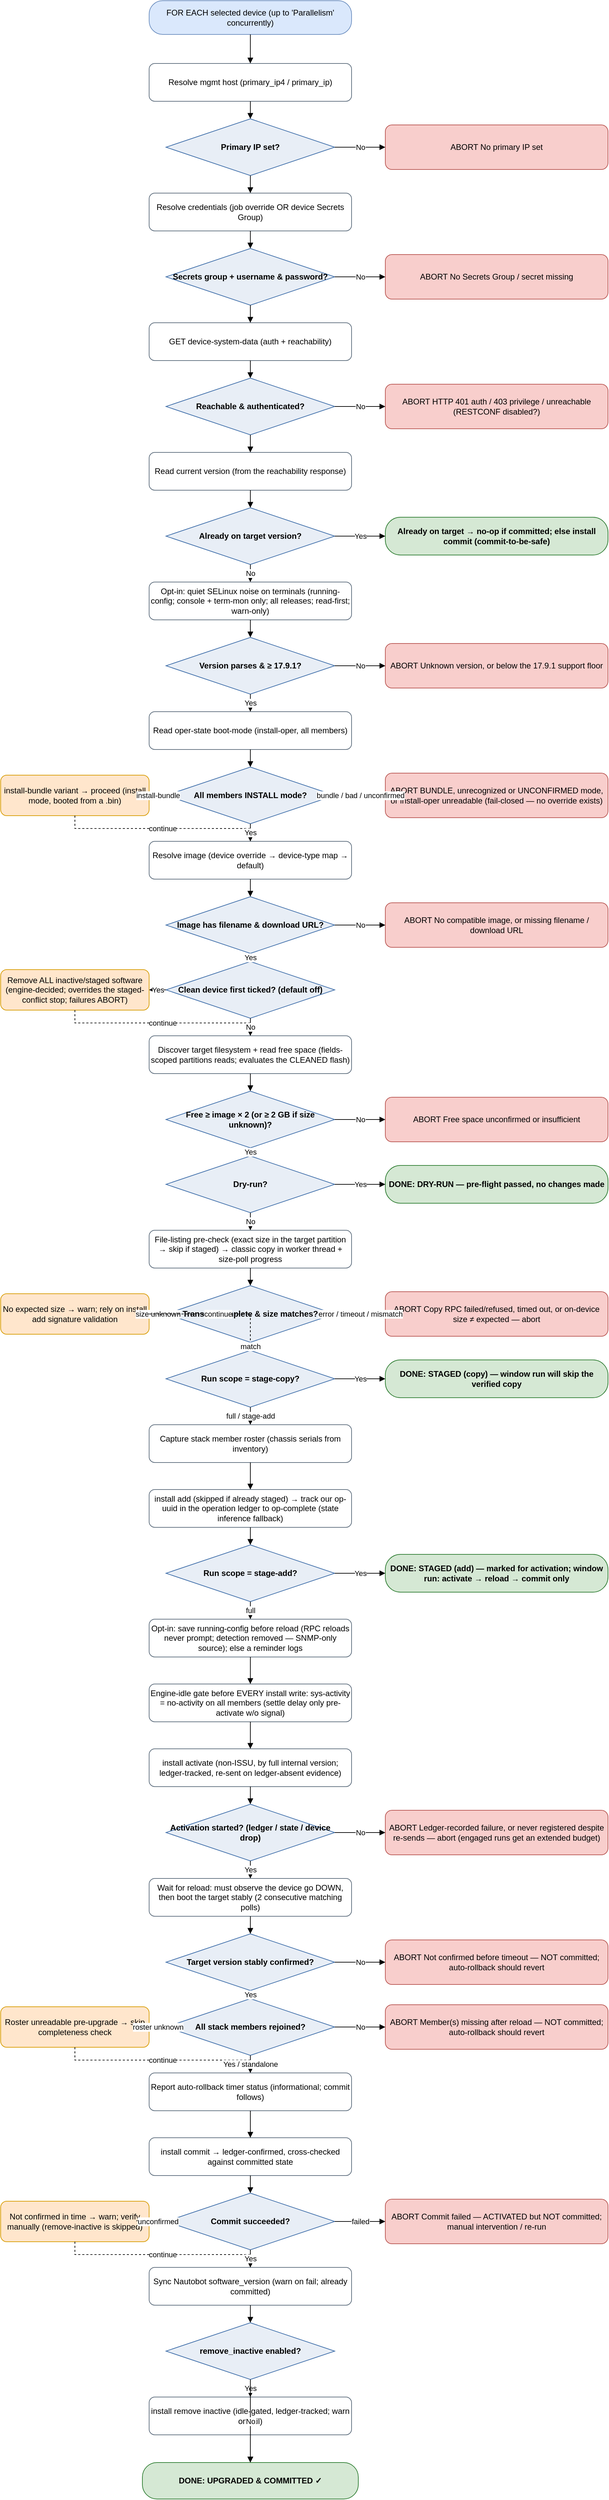
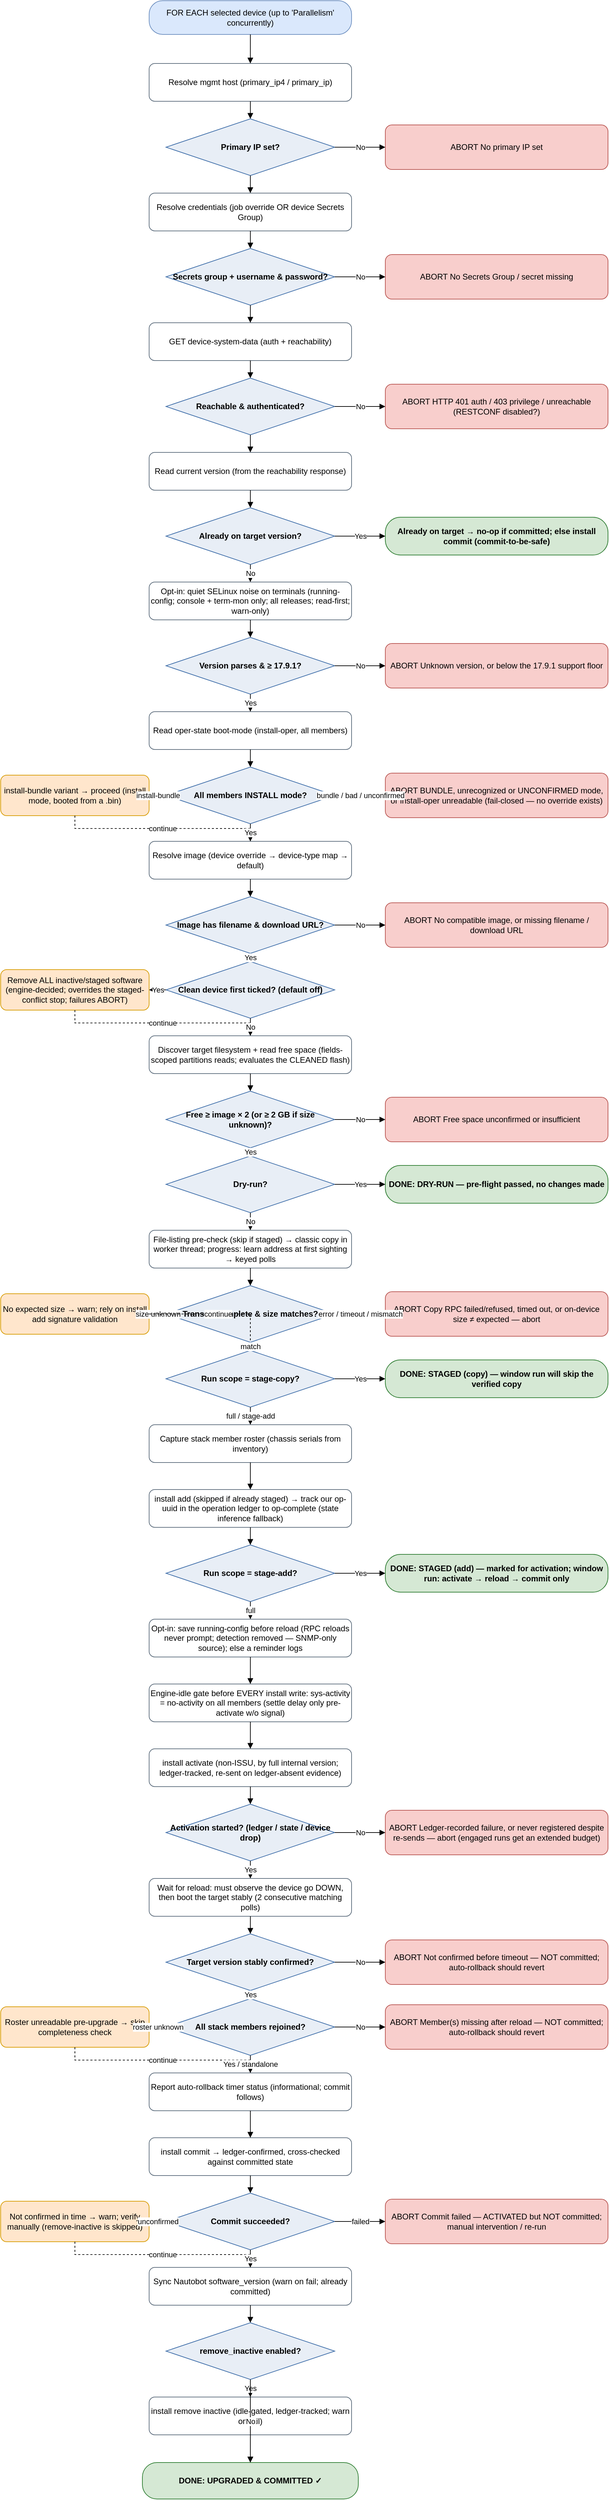
<mxfile host="app.diagrams.net" type="device">
  <diagram name="IOS-XE upgrade flow" id="iosxe-upgrade-flow">
    <mxGraphModel dx="1000" dy="2000" grid="1" gridSize="10" guides="1" tooltips="1"
        connect="1" arrows="1" fold="1" page="1" pageScale="1" math="0" shadow="0">
      <root>
        <mxCell id="0"/>
        <mxCell id="1" parent="0"/>
        <mxCell id="start" value="FOR EACH selected device&amp;#10;(up to &#x27;Parallelism&#x27; concurrently)" style="rounded=1;arcSize=40;whiteSpace=wrap;html=1;fillColor=#DAE8FC;strokeColor=#6C8EBF;" vertex="1" parent="1"><mxGeometry x="250" y="31" width="300" height="50" as="geometry"/></mxCell>
        <mxCell id="host" value="Resolve mgmt host&amp;#10;(primary_ip4 / primary_ip)" style="rounded=1;whiteSpace=wrap;html=1;fillColor=#FFFFFF;strokeColor=#5B6B7B;" vertex="1" parent="1"><mxGeometry x="250" y="124" width="300" height="56" as="geometry"/></mxCell>
        <mxCell id="d_ip" value="Primary IP set?" style="rhombus;whiteSpace=wrap;html=1;fillColor=#E8EEF6;strokeColor=#3C6CA8;fontStyle=1;" vertex="1" parent="1"><mxGeometry x="275" y="206" width="250" height="84" as="geometry"/></mxCell>
        <mxCell id="cred" value="Resolve credentials&amp;#10;(job override OR device Secrets Group)" style="rounded=1;whiteSpace=wrap;html=1;fillColor=#FFFFFF;strokeColor=#5B6B7B;" vertex="1" parent="1"><mxGeometry x="250" y="316" width="300" height="56" as="geometry"/></mxCell>
        <mxCell id="d_cred" value="Secrets group +&amp;#10;username &amp; password?" style="rhombus;whiteSpace=wrap;html=1;fillColor=#E8EEF6;strokeColor=#3C6CA8;fontStyle=1;" vertex="1" parent="1"><mxGeometry x="275" y="398" width="250" height="84" as="geometry"/></mxCell>
        <mxCell id="reach" value="GET device-system-data&amp;#10;(auth + reachability)" style="rounded=1;whiteSpace=wrap;html=1;fillColor=#FFFFFF;strokeColor=#5B6B7B;" vertex="1" parent="1"><mxGeometry x="250" y="508" width="300" height="56" as="geometry"/></mxCell>
        <mxCell id="d_reach" value="Reachable &amp;&amp;#10;authenticated?" style="rhombus;whiteSpace=wrap;html=1;fillColor=#E8EEF6;strokeColor=#3C6CA8;fontStyle=1;" vertex="1" parent="1"><mxGeometry x="275" y="590" width="250" height="84" as="geometry"/></mxCell>
        <mxCell id="curr" value="Read current version&amp;#10;(from the reachability response)" style="rounded=1;whiteSpace=wrap;html=1;fillColor=#FFFFFF;strokeColor=#5B6B7B;" vertex="1" parent="1"><mxGeometry x="250" y="700" width="300" height="56" as="geometry"/></mxCell>
        <mxCell id="d_target" value="Already on&amp;#10;target version?" style="rhombus;whiteSpace=wrap;html=1;fillColor=#E8EEF6;strokeColor=#3C6CA8;fontStyle=1;" vertex="1" parent="1"><mxGeometry x="275" y="782" width="250" height="84" as="geometry"/></mxCell>
        <mxCell id="avcsup" value="Opt-in: quiet SELinux noise on terminals&amp;#10;(running-config; console + term-mon only;&amp;#10;all releases; read-first; warn-only)" style="rounded=1;whiteSpace=wrap;html=1;fillColor=#FFFFFF;strokeColor=#5B6B7B;" vertex="1" parent="1"><mxGeometry x="250" y="892" width="300" height="56" as="geometry"/></mxCell>
        <mxCell id="d_floor" value="Version parses&amp;#10;&amp; ≥ 17.9.1?" style="rhombus;whiteSpace=wrap;html=1;fillColor=#E8EEF6;strokeColor=#3C6CA8;fontStyle=1;" vertex="1" parent="1"><mxGeometry x="275" y="974" width="250" height="84" as="geometry"/></mxCell>
        <mxCell id="mode" value="Read oper-state boot-mode&amp;#10;(install-oper, all members)" style="rounded=1;whiteSpace=wrap;html=1;fillColor=#FFFFFF;strokeColor=#5B6B7B;" vertex="1" parent="1"><mxGeometry x="250" y="1084" width="300" height="56" as="geometry"/></mxCell>
        <mxCell id="d_mode" value="All members&amp;#10;INSTALL mode?" style="rhombus;whiteSpace=wrap;html=1;fillColor=#E8EEF6;strokeColor=#3C6CA8;fontStyle=1;" vertex="1" parent="1"><mxGeometry x="275" y="1166" width="250" height="84" as="geometry"/></mxCell>
        <mxCell id="img" value="Resolve image (device override →&amp;#10;device-type map → default)" style="rounded=1;whiteSpace=wrap;html=1;fillColor=#FFFFFF;strokeColor=#5B6B7B;" vertex="1" parent="1"><mxGeometry x="250" y="1276" width="300" height="56" as="geometry"/></mxCell>
        <mxCell id="d_img" value="Image has filename&amp;#10;&amp; download URL?" style="rhombus;whiteSpace=wrap;html=1;fillColor=#E8EEF6;strokeColor=#3C6CA8;fontStyle=1;" vertex="1" parent="1"><mxGeometry x="275" y="1358" width="250" height="84" as="geometry"/></mxCell>
        <mxCell id="d_clean" value="Clean device first&amp;#10;ticked? (default off)" style="rhombus;whiteSpace=wrap;html=1;fillColor=#E8EEF6;strokeColor=#3C6CA8;fontStyle=1;" vertex="1" parent="1"><mxGeometry x="275" y="1454" width="250" height="84" as="geometry"/></mxCell>
        <mxCell id="space" value="Discover target filesystem + read free&amp;#10;space (fields-scoped partitions reads;&amp;#10;evaluates the CLEANED flash)" style="rounded=1;whiteSpace=wrap;html=1;fillColor=#FFFFFF;strokeColor=#5B6B7B;" vertex="1" parent="1"><mxGeometry x="250" y="1564" width="300" height="56" as="geometry"/></mxCell>
        <mxCell id="d_space" value="Free ≥ image × 2&amp;#10;(or ≥ 2 GB if size unknown)?" style="rhombus;whiteSpace=wrap;html=1;fillColor=#E8EEF6;strokeColor=#3C6CA8;fontStyle=1;" vertex="1" parent="1"><mxGeometry x="275" y="1646" width="250" height="84" as="geometry"/></mxCell>
        <mxCell id="d_dry" value="Dry-run?" style="rhombus;whiteSpace=wrap;html=1;fillColor=#E8EEF6;strokeColor=#3C6CA8;fontStyle=1;" vertex="1" parent="1"><mxGeometry x="275" y="1742" width="250" height="84" as="geometry"/></mxCell>
-         <mxCell id="copy" value="File-listing pre-check (exact size in the&amp;#10;target partition → skip if staged) → classic&amp;#10;copy in worker thread + size-poll progress" style="rounded=1;whiteSpace=wrap;html=1;fillColor=#FFFFFF;strokeColor=#5B6B7B;" vertex="1" parent="1"><mxGeometry x="250" y="1852" width="300" height="56" as="geometry"/></mxCell>
+         <mxCell id="copy" value="File-listing pre-check (skip if staged) →&amp;#10;classic copy in worker thread; progress:&amp;#10;learn address at first sighting → keyed polls" style="rounded=1;whiteSpace=wrap;html=1;fillColor=#FFFFFF;strokeColor=#5B6B7B;" vertex="1" parent="1"><mxGeometry x="250" y="1852" width="300" height="56" as="geometry"/></mxCell>
        <mxCell id="d_size" value="Transfer complete&amp;#10;&amp; size matches?" style="rhombus;whiteSpace=wrap;html=1;fillColor=#E8EEF6;strokeColor=#3C6CA8;fontStyle=1;" vertex="1" parent="1"><mxGeometry x="275" y="1934" width="250" height="84" as="geometry"/></mxCell>
        <mxCell id="d_stagecopy" value="Run scope =&amp;#10;stage-copy?" style="rhombus;whiteSpace=wrap;html=1;fillColor=#E8EEF6;strokeColor=#3C6CA8;fontStyle=1;" vertex="1" parent="1"><mxGeometry x="275" y="2030" width="250" height="84" as="geometry"/></mxCell>
        <mxCell id="roster" value="Capture stack member roster&amp;#10;(chassis serials from inventory)" style="rounded=1;whiteSpace=wrap;html=1;fillColor=#FFFFFF;strokeColor=#5B6B7B;" vertex="1" parent="1"><mxGeometry x="250" y="2140" width="300" height="56" as="geometry"/></mxCell>
        <mxCell id="add" value="install add (skipped if already staged) →&amp;#10;track our op-uuid in the operation ledger&amp;#10;to op-complete (state inference fallback)" style="rounded=1;whiteSpace=wrap;html=1;fillColor=#FFFFFF;strokeColor=#5B6B7B;" vertex="1" parent="1"><mxGeometry x="250" y="2236" width="300" height="56" as="geometry"/></mxCell>
        <mxCell id="d_stageadd" value="Run scope =&amp;#10;stage-add?" style="rhombus;whiteSpace=wrap;html=1;fillColor=#E8EEF6;strokeColor=#3C6CA8;fontStyle=1;" vertex="1" parent="1"><mxGeometry x="275" y="2318" width="250" height="84" as="geometry"/></mxCell>
        <mxCell id="cfgsync" value="Opt-in: save running-config before reload&amp;#10;(RPC reloads never prompt; detection removed&amp;#10;— SNMP-only source); else a reminder logs" style="rounded=1;whiteSpace=wrap;html=1;fillColor=#FFFFFF;strokeColor=#5B6B7B;" vertex="1" parent="1"><mxGeometry x="250" y="2428" width="300" height="56" as="geometry"/></mxCell>
        <mxCell id="idle" value="Engine-idle gate before EVERY install write:&amp;#10;sys-activity = no-activity on all members&amp;#10;(settle delay only pre-activate w/o signal)" style="rounded=1;whiteSpace=wrap;html=1;fillColor=#FFFFFF;strokeColor=#5B6B7B;" vertex="1" parent="1"><mxGeometry x="250" y="2524" width="300" height="56" as="geometry"/></mxCell>
        <mxCell id="act" value="install activate (non-ISSU, by full internal&amp;#10;version; ledger-tracked,&amp;#10;re-sent on ledger-absent evidence)" style="rounded=1;whiteSpace=wrap;html=1;fillColor=#FFFFFF;strokeColor=#5B6B7B;" vertex="1" parent="1"><mxGeometry x="250" y="2620" width="300" height="56" as="geometry"/></mxCell>
        <mxCell id="d_act" value="Activation started?&amp;#10;(ledger / state / device drop)" style="rhombus;whiteSpace=wrap;html=1;fillColor=#E8EEF6;strokeColor=#3C6CA8;fontStyle=1;" vertex="1" parent="1"><mxGeometry x="275" y="2702" width="250" height="84" as="geometry"/></mxCell>
        <mxCell id="waitc" value="Wait for reload: must observe the device&amp;#10;go DOWN, then boot the target stably&amp;#10;(2 consecutive matching polls)" style="rounded=1;whiteSpace=wrap;html=1;fillColor=#FFFFFF;strokeColor=#5B6B7B;" vertex="1" parent="1"><mxGeometry x="250" y="2812" width="300" height="56" as="geometry"/></mxCell>
        <mxCell id="d_confirm" value="Target version&amp;#10;stably confirmed?" style="rhombus;whiteSpace=wrap;html=1;fillColor=#E8EEF6;strokeColor=#3C6CA8;fontStyle=1;" vertex="1" parent="1"><mxGeometry x="275" y="2894" width="250" height="84" as="geometry"/></mxCell>
        <mxCell id="d_members" value="All stack members&amp;#10;rejoined?" style="rhombus;whiteSpace=wrap;html=1;fillColor=#E8EEF6;strokeColor=#3C6CA8;fontStyle=1;" vertex="1" parent="1"><mxGeometry x="275" y="2990" width="250" height="84" as="geometry"/></mxCell>
        <mxCell id="rollbackchk" value="Report auto-rollback timer status&amp;#10;(informational; commit follows)" style="rounded=1;whiteSpace=wrap;html=1;fillColor=#FFFFFF;strokeColor=#5B6B7B;" vertex="1" parent="1"><mxGeometry x="250" y="3100" width="300" height="56" as="geometry"/></mxCell>
        <mxCell id="commit" value="install commit → ledger-confirmed,&amp;#10;cross-checked against committed state" style="rounded=1;whiteSpace=wrap;html=1;fillColor=#FFFFFF;strokeColor=#5B6B7B;" vertex="1" parent="1"><mxGeometry x="250" y="3196" width="300" height="56" as="geometry"/></mxCell>
        <mxCell id="d_commit" value="Commit&amp;#10;succeeded?" style="rhombus;whiteSpace=wrap;html=1;fillColor=#E8EEF6;strokeColor=#3C6CA8;fontStyle=1;" vertex="1" parent="1"><mxGeometry x="275" y="3278" width="250" height="84" as="geometry"/></mxCell>
        <mxCell id="sync" value="Sync Nautobot software_version&amp;#10;(warn on fail; already committed)" style="rounded=1;whiteSpace=wrap;html=1;fillColor=#FFFFFF;strokeColor=#5B6B7B;" vertex="1" parent="1"><mxGeometry x="250" y="3388" width="300" height="56" as="geometry"/></mxCell>
        <mxCell id="d_remove" value="remove_inactive&amp;#10;enabled?" style="rhombus;whiteSpace=wrap;html=1;fillColor=#E8EEF6;strokeColor=#3C6CA8;fontStyle=1;" vertex="1" parent="1"><mxGeometry x="275" y="3470" width="250" height="84" as="geometry"/></mxCell>
        <mxCell id="remove" value="install remove inactive (idle-gated,&amp;#10;ledger-tracked; warn on fail)" style="rounded=1;whiteSpace=wrap;html=1;fillColor=#FFFFFF;strokeColor=#5B6B7B;" vertex="1" parent="1"><mxGeometry x="250" y="3580" width="300" height="56" as="geometry"/></mxCell>
        <mxCell id="ok" value="DONE: UPGRADED &amp; COMMITTED ✓" style="rounded=1;arcSize=40;whiteSpace=wrap;html=1;fillColor=#D5E8D4;strokeColor=#2E7D32;fontStyle=1;" vertex="1" parent="1"><mxGeometry x="240" y="3677" width="320" height="54" as="geometry"/></mxCell>
        <mxCell id="d_ip_abort" value="ABORT&amp;#10;No primary IP set" style="rounded=1;whiteSpace=wrap;html=1;fillColor=#F8CECC;strokeColor=#B85450;" vertex="1" parent="1"><mxGeometry x="600" y="215" width="330" height="66" as="geometry"/></mxCell>
        <mxCell id="d_cred_abort" value="ABORT&amp;#10;No Secrets Group / secret missing" style="rounded=1;whiteSpace=wrap;html=1;fillColor=#F8CECC;strokeColor=#B85450;" vertex="1" parent="1"><mxGeometry x="600" y="407" width="330" height="66" as="geometry"/></mxCell>
        <mxCell id="d_reach_abort" value="ABORT&amp;#10;HTTP 401 auth / 403 privilege /&amp;#10;unreachable (RESTCONF disabled?)" style="rounded=1;whiteSpace=wrap;html=1;fillColor=#F8CECC;strokeColor=#B85450;" vertex="1" parent="1"><mxGeometry x="600" y="599" width="330" height="66" as="geometry"/></mxCell>
        <mxCell id="d_target_ok" value="Already on target → no-op if committed;&amp;#10;else install commit (commit-to-be-safe)" style="rounded=1;arcSize=40;whiteSpace=wrap;html=1;fillColor=#D5E8D4;strokeColor=#2E7D32;fontStyle=1;" vertex="1" parent="1"><mxGeometry x="600" y="796" width="330" height="56" as="geometry"/></mxCell>
        <mxCell id="d_floor_abort" value="ABORT&amp;#10;Unknown version, or below the&amp;#10;17.9.1 support floor" style="rounded=1;whiteSpace=wrap;html=1;fillColor=#F8CECC;strokeColor=#B85450;" vertex="1" parent="1"><mxGeometry x="600" y="983" width="330" height="66" as="geometry"/></mxCell>
        <mxCell id="d_mode_abort" value="ABORT&amp;#10;BUNDLE, unrecognized or UNCONFIRMED&amp;#10;mode, or install-oper unreadable&amp;#10;(fail-closed — no override exists)" style="rounded=1;whiteSpace=wrap;html=1;fillColor=#F8CECC;strokeColor=#B85450;" vertex="1" parent="1"><mxGeometry x="600" y="1175" width="330" height="66" as="geometry"/></mxCell>
        <mxCell id="d_mode_warn" value="install-bundle variant → proceed&amp;#10;(install mode, booted from a .bin)" style="rounded=1;whiteSpace=wrap;html=1;fillColor=#FFE6CC;strokeColor=#D79B00;" vertex="1" parent="1"><mxGeometry x="30" y="1178" width="220" height="60" as="geometry"/></mxCell>
        <mxCell id="d_img_abort" value="ABORT&amp;#10;No compatible image, or missing&amp;#10;filename / download URL" style="rounded=1;whiteSpace=wrap;html=1;fillColor=#F8CECC;strokeColor=#B85450;" vertex="1" parent="1"><mxGeometry x="600" y="1367" width="330" height="66" as="geometry"/></mxCell>
        <mxCell id="d_clean_warn" value="Remove ALL inactive/staged software&amp;#10;(engine-decided; overrides the staged-&amp;#10;conflict stop; failures ABORT)" style="rounded=1;whiteSpace=wrap;html=1;fillColor=#FFE6CC;strokeColor=#D79B00;" vertex="1" parent="1"><mxGeometry x="30" y="1466" width="220" height="60" as="geometry"/></mxCell>
        <mxCell id="d_space_abort" value="ABORT&amp;#10;Free space unconfirmed or&amp;#10;insufficient" style="rounded=1;whiteSpace=wrap;html=1;fillColor=#F8CECC;strokeColor=#B85450;" vertex="1" parent="1"><mxGeometry x="600" y="1655" width="330" height="66" as="geometry"/></mxCell>
        <mxCell id="d_dry_ok" value="DONE: DRY-RUN — pre-flight&amp;#10;passed, no changes made" style="rounded=1;arcSize=40;whiteSpace=wrap;html=1;fillColor=#D5E8D4;strokeColor=#2E7D32;fontStyle=1;" vertex="1" parent="1"><mxGeometry x="600" y="1756" width="330" height="56" as="geometry"/></mxCell>
        <mxCell id="d_size_abort" value="ABORT&amp;#10;Copy RPC failed/refused, timed out,&amp;#10;or on-device size ≠ expected — abort" style="rounded=1;whiteSpace=wrap;html=1;fillColor=#F8CECC;strokeColor=#B85450;" vertex="1" parent="1"><mxGeometry x="600" y="1943" width="330" height="66" as="geometry"/></mxCell>
        <mxCell id="d_size_warn" value="No expected size → warn; rely on&amp;#10;install add signature validation" style="rounded=1;whiteSpace=wrap;html=1;fillColor=#FFE6CC;strokeColor=#D79B00;" vertex="1" parent="1"><mxGeometry x="30" y="1946" width="220" height="60" as="geometry"/></mxCell>
        <mxCell id="d_stagecopy_ok" value="DONE: STAGED (copy) — window run&amp;#10;will skip the verified copy" style="rounded=1;arcSize=40;whiteSpace=wrap;html=1;fillColor=#D5E8D4;strokeColor=#2E7D32;fontStyle=1;" vertex="1" parent="1"><mxGeometry x="600" y="2044" width="330" height="56" as="geometry"/></mxCell>
        <mxCell id="d_stageadd_ok" value="DONE: STAGED (add) — marked for&amp;#10;activation; window run: activate →&amp;#10;reload → commit only" style="rounded=1;arcSize=40;whiteSpace=wrap;html=1;fillColor=#D5E8D4;strokeColor=#2E7D32;fontStyle=1;" vertex="1" parent="1"><mxGeometry x="600" y="2332" width="330" height="56" as="geometry"/></mxCell>
        <mxCell id="d_act_abort" value="ABORT&amp;#10;Ledger-recorded failure, or never&amp;#10;registered despite re-sends — abort&amp;#10;(engaged runs get an extended budget)" style="rounded=1;whiteSpace=wrap;html=1;fillColor=#F8CECC;strokeColor=#B85450;" vertex="1" parent="1"><mxGeometry x="600" y="2711" width="330" height="66" as="geometry"/></mxCell>
        <mxCell id="d_confirm_abort" value="ABORT&amp;#10;Not confirmed before timeout — NOT&amp;#10;committed; auto-rollback should revert" style="rounded=1;whiteSpace=wrap;html=1;fillColor=#F8CECC;strokeColor=#B85450;" vertex="1" parent="1"><mxGeometry x="600" y="2903" width="330" height="66" as="geometry"/></mxCell>
        <mxCell id="d_members_abort" value="ABORT&amp;#10;Member(s) missing after reload — NOT&amp;#10;committed; auto-rollback should revert" style="rounded=1;whiteSpace=wrap;html=1;fillColor=#F8CECC;strokeColor=#B85450;" vertex="1" parent="1"><mxGeometry x="600" y="2999" width="330" height="66" as="geometry"/></mxCell>
        <mxCell id="d_members_warn" value="Roster unreadable pre-upgrade →&amp;#10;skip completeness check" style="rounded=1;whiteSpace=wrap;html=1;fillColor=#FFE6CC;strokeColor=#D79B00;" vertex="1" parent="1"><mxGeometry x="30" y="3002" width="220" height="60" as="geometry"/></mxCell>
        <mxCell id="d_commit_abort" value="ABORT&amp;#10;Commit failed — ACTIVATED but NOT&amp;#10;committed; manual intervention / re-run" style="rounded=1;whiteSpace=wrap;html=1;fillColor=#F8CECC;strokeColor=#B85450;" vertex="1" parent="1"><mxGeometry x="600" y="3287" width="330" height="66" as="geometry"/></mxCell>
        <mxCell id="d_commit_warn" value="Not confirmed in time → warn;&amp;#10;verify manually (remove-inactive&amp;#10;is skipped)" style="rounded=1;whiteSpace=wrap;html=1;fillColor=#FFE6CC;strokeColor=#D79B00;" vertex="1" parent="1"><mxGeometry x="30" y="3290" width="220" height="60" as="geometry"/></mxCell>
        <mxCell id="e_d_ip_abort" value="No" style="edgeStyle=orthogonalEdgeStyle;rounded=0;html=1;endArrow=block;" edge="1" parent="1" source="d_ip" target="d_ip_abort"><mxGeometry relative="1" as="geometry"/></mxCell>
        <mxCell id="e_d_cred_abort" value="No" style="edgeStyle=orthogonalEdgeStyle;rounded=0;html=1;endArrow=block;" edge="1" parent="1" source="d_cred" target="d_cred_abort"><mxGeometry relative="1" as="geometry"/></mxCell>
        <mxCell id="e_d_reach_abort" value="No" style="edgeStyle=orthogonalEdgeStyle;rounded=0;html=1;endArrow=block;" edge="1" parent="1" source="d_reach" target="d_reach_abort"><mxGeometry relative="1" as="geometry"/></mxCell>
        <mxCell id="e_d_target_ok" value="Yes" style="edgeStyle=orthogonalEdgeStyle;rounded=0;html=1;endArrow=block;" edge="1" parent="1" source="d_target" target="d_target_ok"><mxGeometry relative="1" as="geometry"/></mxCell>
        <mxCell id="e_d_floor_abort" value="No" style="edgeStyle=orthogonalEdgeStyle;rounded=0;html=1;endArrow=block;" edge="1" parent="1" source="d_floor" target="d_floor_abort"><mxGeometry relative="1" as="geometry"/></mxCell>
        <mxCell id="e_d_mode_abort" value="bundle / bad /
unconfirmed" style="edgeStyle=orthogonalEdgeStyle;rounded=0;html=1;endArrow=block;" edge="1" parent="1" source="d_mode" target="d_mode_abort"><mxGeometry relative="1" as="geometry"/></mxCell>
        <mxCell id="e_d_mode_warn" value="install-bundle" style="edgeStyle=orthogonalEdgeStyle;rounded=0;html=1;endArrow=block;" edge="1" parent="1" source="d_mode" target="d_mode_warn"><mxGeometry relative="1" as="geometry"/></mxCell>
        <mxCell id="e_d_mode_warn_join" value="continue" style="edgeStyle=orthogonalEdgeStyle;rounded=0;html=1;endArrow=block;dashed=1;" edge="1" parent="1" source="d_mode_warn" target="img"><mxGeometry relative="1" as="geometry"/></mxCell>
        <mxCell id="e_d_img_abort" value="No" style="edgeStyle=orthogonalEdgeStyle;rounded=0;html=1;endArrow=block;" edge="1" parent="1" source="d_img" target="d_img_abort"><mxGeometry relative="1" as="geometry"/></mxCell>
        <mxCell id="e_d_clean_warn" value="Yes" style="edgeStyle=orthogonalEdgeStyle;rounded=0;html=1;endArrow=block;" edge="1" parent="1" source="d_clean" target="d_clean_warn"><mxGeometry relative="1" as="geometry"/></mxCell>
        <mxCell id="e_d_clean_warn_join" value="continue" style="edgeStyle=orthogonalEdgeStyle;rounded=0;html=1;endArrow=block;dashed=1;" edge="1" parent="1" source="d_clean_warn" target="space"><mxGeometry relative="1" as="geometry"/></mxCell>
        <mxCell id="e_d_space_abort" value="No" style="edgeStyle=orthogonalEdgeStyle;rounded=0;html=1;endArrow=block;" edge="1" parent="1" source="d_space" target="d_space_abort"><mxGeometry relative="1" as="geometry"/></mxCell>
        <mxCell id="e_d_dry_ok" value="Yes" style="edgeStyle=orthogonalEdgeStyle;rounded=0;html=1;endArrow=block;" edge="1" parent="1" source="d_dry" target="d_dry_ok"><mxGeometry relative="1" as="geometry"/></mxCell>
        <mxCell id="e_d_size_abort" value="error / timeout /
mismatch" style="edgeStyle=orthogonalEdgeStyle;rounded=0;html=1;endArrow=block;" edge="1" parent="1" source="d_size" target="d_size_abort"><mxGeometry relative="1" as="geometry"/></mxCell>
        <mxCell id="e_d_size_warn" value="size unknown" style="edgeStyle=orthogonalEdgeStyle;rounded=0;html=1;endArrow=block;" edge="1" parent="1" source="d_size" target="d_size_warn"><mxGeometry relative="1" as="geometry"/></mxCell>
        <mxCell id="e_d_size_warn_join" value="continue" style="edgeStyle=orthogonalEdgeStyle;rounded=0;html=1;endArrow=block;dashed=1;" edge="1" parent="1" source="d_size_warn" target="d_stagecopy"><mxGeometry relative="1" as="geometry"/></mxCell>
        <mxCell id="e_d_stagecopy_ok" value="Yes" style="edgeStyle=orthogonalEdgeStyle;rounded=0;html=1;endArrow=block;" edge="1" parent="1" source="d_stagecopy" target="d_stagecopy_ok"><mxGeometry relative="1" as="geometry"/></mxCell>
        <mxCell id="e_d_stageadd_ok" value="Yes" style="edgeStyle=orthogonalEdgeStyle;rounded=0;html=1;endArrow=block;" edge="1" parent="1" source="d_stageadd" target="d_stageadd_ok"><mxGeometry relative="1" as="geometry"/></mxCell>
        <mxCell id="e_d_act_abort" value="No" style="edgeStyle=orthogonalEdgeStyle;rounded=0;html=1;endArrow=block;" edge="1" parent="1" source="d_act" target="d_act_abort"><mxGeometry relative="1" as="geometry"/></mxCell>
        <mxCell id="e_d_confirm_abort" value="No" style="edgeStyle=orthogonalEdgeStyle;rounded=0;html=1;endArrow=block;" edge="1" parent="1" source="d_confirm" target="d_confirm_abort"><mxGeometry relative="1" as="geometry"/></mxCell>
        <mxCell id="e_d_members_abort" value="No" style="edgeStyle=orthogonalEdgeStyle;rounded=0;html=1;endArrow=block;" edge="1" parent="1" source="d_members" target="d_members_abort"><mxGeometry relative="1" as="geometry"/></mxCell>
        <mxCell id="e_d_members_warn" value="roster unknown" style="edgeStyle=orthogonalEdgeStyle;rounded=0;html=1;endArrow=block;" edge="1" parent="1" source="d_members" target="d_members_warn"><mxGeometry relative="1" as="geometry"/></mxCell>
        <mxCell id="e_d_members_warn_join" value="continue" style="edgeStyle=orthogonalEdgeStyle;rounded=0;html=1;endArrow=block;dashed=1;" edge="1" parent="1" source="d_members_warn" target="rollbackchk"><mxGeometry relative="1" as="geometry"/></mxCell>
        <mxCell id="e_d_commit_abort" value="failed" style="edgeStyle=orthogonalEdgeStyle;rounded=0;html=1;endArrow=block;" edge="1" parent="1" source="d_commit" target="d_commit_abort"><mxGeometry relative="1" as="geometry"/></mxCell>
        <mxCell id="e_d_commit_warn" value="unconfirmed" style="edgeStyle=orthogonalEdgeStyle;rounded=0;html=1;endArrow=block;" edge="1" parent="1" source="d_commit" target="d_commit_warn"><mxGeometry relative="1" as="geometry"/></mxCell>
        <mxCell id="e_d_commit_warn_join" value="continue" style="edgeStyle=orthogonalEdgeStyle;rounded=0;html=1;endArrow=block;dashed=1;" edge="1" parent="1" source="d_commit_warn" target="sync"><mxGeometry relative="1" as="geometry"/></mxCell>
        <mxCell id="e_start_host" value="" style="edgeStyle=orthogonalEdgeStyle;rounded=0;html=1;endArrow=block;" edge="1" parent="1" source="start" target="host"><mxGeometry relative="1" as="geometry"/></mxCell>
        <mxCell id="e_host_d_ip" value="" style="edgeStyle=orthogonalEdgeStyle;rounded=0;html=1;endArrow=block;" edge="1" parent="1" source="host" target="d_ip"><mxGeometry relative="1" as="geometry"/></mxCell>
        <mxCell id="e_d_ip_cred" value="" style="edgeStyle=orthogonalEdgeStyle;rounded=0;html=1;endArrow=block;" edge="1" parent="1" source="d_ip" target="cred"><mxGeometry relative="1" as="geometry"/></mxCell>
        <mxCell id="e_cred_d_cred" value="" style="edgeStyle=orthogonalEdgeStyle;rounded=0;html=1;endArrow=block;" edge="1" parent="1" source="cred" target="d_cred"><mxGeometry relative="1" as="geometry"/></mxCell>
        <mxCell id="e_d_cred_reach" value="" style="edgeStyle=orthogonalEdgeStyle;rounded=0;html=1;endArrow=block;" edge="1" parent="1" source="d_cred" target="reach"><mxGeometry relative="1" as="geometry"/></mxCell>
        <mxCell id="e_reach_d_reach" value="" style="edgeStyle=orthogonalEdgeStyle;rounded=0;html=1;endArrow=block;" edge="1" parent="1" source="reach" target="d_reach"><mxGeometry relative="1" as="geometry"/></mxCell>
        <mxCell id="e_d_reach_curr" value="" style="edgeStyle=orthogonalEdgeStyle;rounded=0;html=1;endArrow=block;" edge="1" parent="1" source="d_reach" target="curr"><mxGeometry relative="1" as="geometry"/></mxCell>
        <mxCell id="e_curr_d_target" value="" style="edgeStyle=orthogonalEdgeStyle;rounded=0;html=1;endArrow=block;" edge="1" parent="1" source="curr" target="d_target"><mxGeometry relative="1" as="geometry"/></mxCell>
        <mxCell id="e_d_target_avcsup" value="No" style="edgeStyle=orthogonalEdgeStyle;rounded=0;html=1;endArrow=block;" edge="1" parent="1" source="d_target" target="avcsup"><mxGeometry relative="1" as="geometry"/></mxCell>
        <mxCell id="e_avcsup_d_floor" value="" style="edgeStyle=orthogonalEdgeStyle;rounded=0;html=1;endArrow=block;" edge="1" parent="1" source="avcsup" target="d_floor"><mxGeometry relative="1" as="geometry"/></mxCell>
        <mxCell id="e_d_floor_mode" value="Yes" style="edgeStyle=orthogonalEdgeStyle;rounded=0;html=1;endArrow=block;" edge="1" parent="1" source="d_floor" target="mode"><mxGeometry relative="1" as="geometry"/></mxCell>
        <mxCell id="e_mode_d_mode" value="" style="edgeStyle=orthogonalEdgeStyle;rounded=0;html=1;endArrow=block;" edge="1" parent="1" source="mode" target="d_mode"><mxGeometry relative="1" as="geometry"/></mxCell>
        <mxCell id="e_d_mode_img" value="Yes" style="edgeStyle=orthogonalEdgeStyle;rounded=0;html=1;endArrow=block;" edge="1" parent="1" source="d_mode" target="img"><mxGeometry relative="1" as="geometry"/></mxCell>
        <mxCell id="e_img_d_img" value="" style="edgeStyle=orthogonalEdgeStyle;rounded=0;html=1;endArrow=block;" edge="1" parent="1" source="img" target="d_img"><mxGeometry relative="1" as="geometry"/></mxCell>
        <mxCell id="e_d_img_d_clean" value="Yes" style="edgeStyle=orthogonalEdgeStyle;rounded=0;html=1;endArrow=block;" edge="1" parent="1" source="d_img" target="d_clean"><mxGeometry relative="1" as="geometry"/></mxCell>
        <mxCell id="e_d_clean_space" value="No" style="edgeStyle=orthogonalEdgeStyle;rounded=0;html=1;endArrow=block;" edge="1" parent="1" source="d_clean" target="space"><mxGeometry relative="1" as="geometry"/></mxCell>
        <mxCell id="e_space_d_space" value="" style="edgeStyle=orthogonalEdgeStyle;rounded=0;html=1;endArrow=block;" edge="1" parent="1" source="space" target="d_space"><mxGeometry relative="1" as="geometry"/></mxCell>
        <mxCell id="e_d_space_d_dry" value="Yes" style="edgeStyle=orthogonalEdgeStyle;rounded=0;html=1;endArrow=block;" edge="1" parent="1" source="d_space" target="d_dry"><mxGeometry relative="1" as="geometry"/></mxCell>
        <mxCell id="e_d_dry_copy" value="No" style="edgeStyle=orthogonalEdgeStyle;rounded=0;html=1;endArrow=block;" edge="1" parent="1" source="d_dry" target="copy"><mxGeometry relative="1" as="geometry"/></mxCell>
        <mxCell id="e_copy_d_size" value="" style="edgeStyle=orthogonalEdgeStyle;rounded=0;html=1;endArrow=block;" edge="1" parent="1" source="copy" target="d_size"><mxGeometry relative="1" as="geometry"/></mxCell>
        <mxCell id="e_d_size_d_stagecopy" value="match" style="edgeStyle=orthogonalEdgeStyle;rounded=0;html=1;endArrow=block;" edge="1" parent="1" source="d_size" target="d_stagecopy"><mxGeometry relative="1" as="geometry"/></mxCell>
        <mxCell id="e_d_stagecopy_roster" value="full / stage-add" style="edgeStyle=orthogonalEdgeStyle;rounded=0;html=1;endArrow=block;" edge="1" parent="1" source="d_stagecopy" target="roster"><mxGeometry relative="1" as="geometry"/></mxCell>
        <mxCell id="e_roster_add" value="" style="edgeStyle=orthogonalEdgeStyle;rounded=0;html=1;endArrow=block;" edge="1" parent="1" source="roster" target="add"><mxGeometry relative="1" as="geometry"/></mxCell>
        <mxCell id="e_add_d_stageadd" value="" style="edgeStyle=orthogonalEdgeStyle;rounded=0;html=1;endArrow=block;" edge="1" parent="1" source="add" target="d_stageadd"><mxGeometry relative="1" as="geometry"/></mxCell>
        <mxCell id="e_d_stageadd_cfgsync" value="full" style="edgeStyle=orthogonalEdgeStyle;rounded=0;html=1;endArrow=block;" edge="1" parent="1" source="d_stageadd" target="cfgsync"><mxGeometry relative="1" as="geometry"/></mxCell>
        <mxCell id="e_cfgsync_idle" value="" style="edgeStyle=orthogonalEdgeStyle;rounded=0;html=1;endArrow=block;" edge="1" parent="1" source="cfgsync" target="idle"><mxGeometry relative="1" as="geometry"/></mxCell>
        <mxCell id="e_idle_act" value="" style="edgeStyle=orthogonalEdgeStyle;rounded=0;html=1;endArrow=block;" edge="1" parent="1" source="idle" target="act"><mxGeometry relative="1" as="geometry"/></mxCell>
        <mxCell id="e_act_d_act" value="" style="edgeStyle=orthogonalEdgeStyle;rounded=0;html=1;endArrow=block;" edge="1" parent="1" source="act" target="d_act"><mxGeometry relative="1" as="geometry"/></mxCell>
        <mxCell id="e_d_act_waitc" value="Yes" style="edgeStyle=orthogonalEdgeStyle;rounded=0;html=1;endArrow=block;" edge="1" parent="1" source="d_act" target="waitc"><mxGeometry relative="1" as="geometry"/></mxCell>
        <mxCell id="e_waitc_d_confirm" value="" style="edgeStyle=orthogonalEdgeStyle;rounded=0;html=1;endArrow=block;" edge="1" parent="1" source="waitc" target="d_confirm"><mxGeometry relative="1" as="geometry"/></mxCell>
        <mxCell id="e_d_confirm_d_members" value="Yes" style="edgeStyle=orthogonalEdgeStyle;rounded=0;html=1;endArrow=block;" edge="1" parent="1" source="d_confirm" target="d_members"><mxGeometry relative="1" as="geometry"/></mxCell>
        <mxCell id="e_d_members_rollbackchk" value="Yes / standalone" style="edgeStyle=orthogonalEdgeStyle;rounded=0;html=1;endArrow=block;" edge="1" parent="1" source="d_members" target="rollbackchk"><mxGeometry relative="1" as="geometry"/></mxCell>
        <mxCell id="e_rollbackchk_commit" value="" style="edgeStyle=orthogonalEdgeStyle;rounded=0;html=1;endArrow=block;" edge="1" parent="1" source="rollbackchk" target="commit"><mxGeometry relative="1" as="geometry"/></mxCell>
        <mxCell id="e_commit_d_commit" value="" style="edgeStyle=orthogonalEdgeStyle;rounded=0;html=1;endArrow=block;" edge="1" parent="1" source="commit" target="d_commit"><mxGeometry relative="1" as="geometry"/></mxCell>
        <mxCell id="e_d_commit_sync" value="Yes" style="edgeStyle=orthogonalEdgeStyle;rounded=0;html=1;endArrow=block;" edge="1" parent="1" source="d_commit" target="sync"><mxGeometry relative="1" as="geometry"/></mxCell>
        <mxCell id="e_sync_d_remove" value="" style="edgeStyle=orthogonalEdgeStyle;rounded=0;html=1;endArrow=block;" edge="1" parent="1" source="sync" target="d_remove"><mxGeometry relative="1" as="geometry"/></mxCell>
        <mxCell id="e_remove_yes" value="Yes" style="edgeStyle=orthogonalEdgeStyle;rounded=0;html=1;endArrow=block;" edge="1" parent="1" source="d_remove" target="remove"><mxGeometry relative="1" as="geometry"/></mxCell>
        <mxCell id="e_remove_ok" value="" style="edgeStyle=orthogonalEdgeStyle;rounded=0;html=1;endArrow=block;" edge="1" parent="1" source="remove" target="ok"><mxGeometry relative="1" as="geometry"/></mxCell>
        <mxCell id="e_remove_no" value="No" style="edgeStyle=orthogonalEdgeStyle;rounded=0;html=1;endArrow=block;" edge="1" parent="1" source="d_remove" target="ok"><mxGeometry relative="1" as="geometry"/></mxCell>
      </root>
    </mxGraphModel>
  </diagram>
</mxfile>
